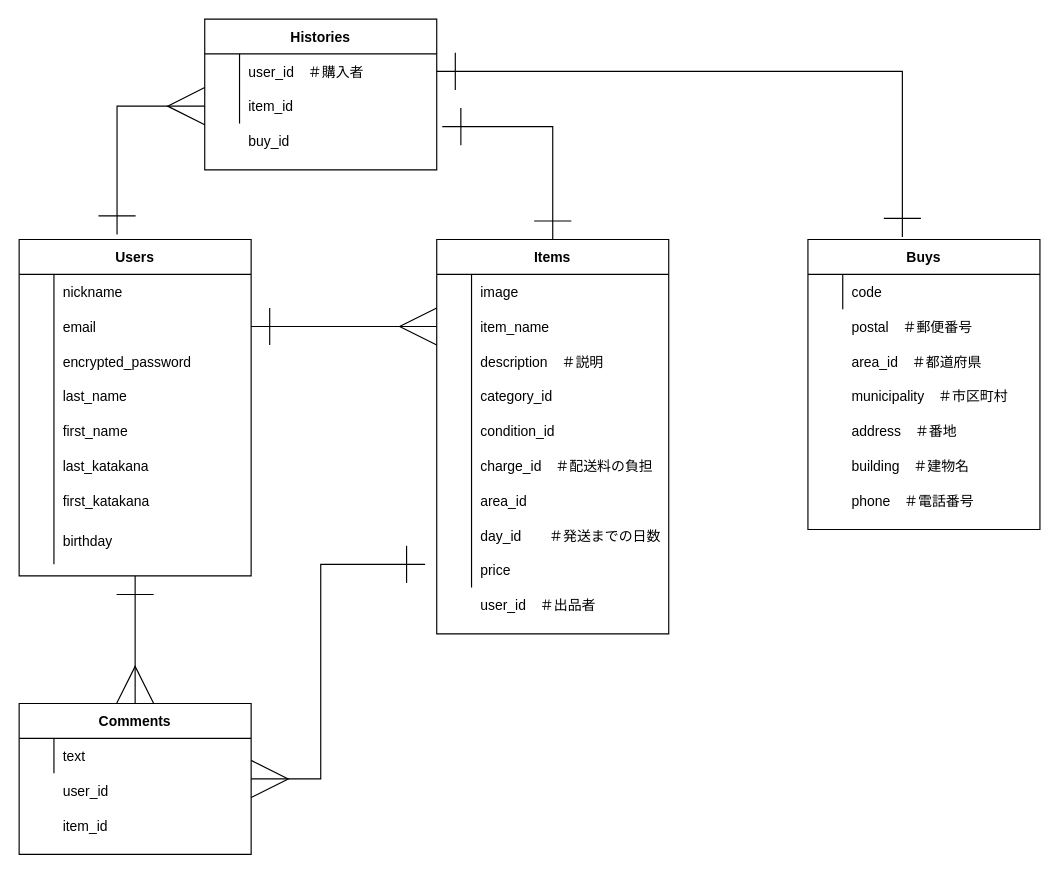
Above: furima.dio in KUMA-06/furima-36109 (draw.io), before the change. Source tidied: cells renumbered, new cells numbered last; positions are measured from the earlier drawing's top-left corner, leaving out a move shared by most shapes. Both pictures are drawn from the tidied source at 116%, with x=0, y=0 at pixel (19, 19).
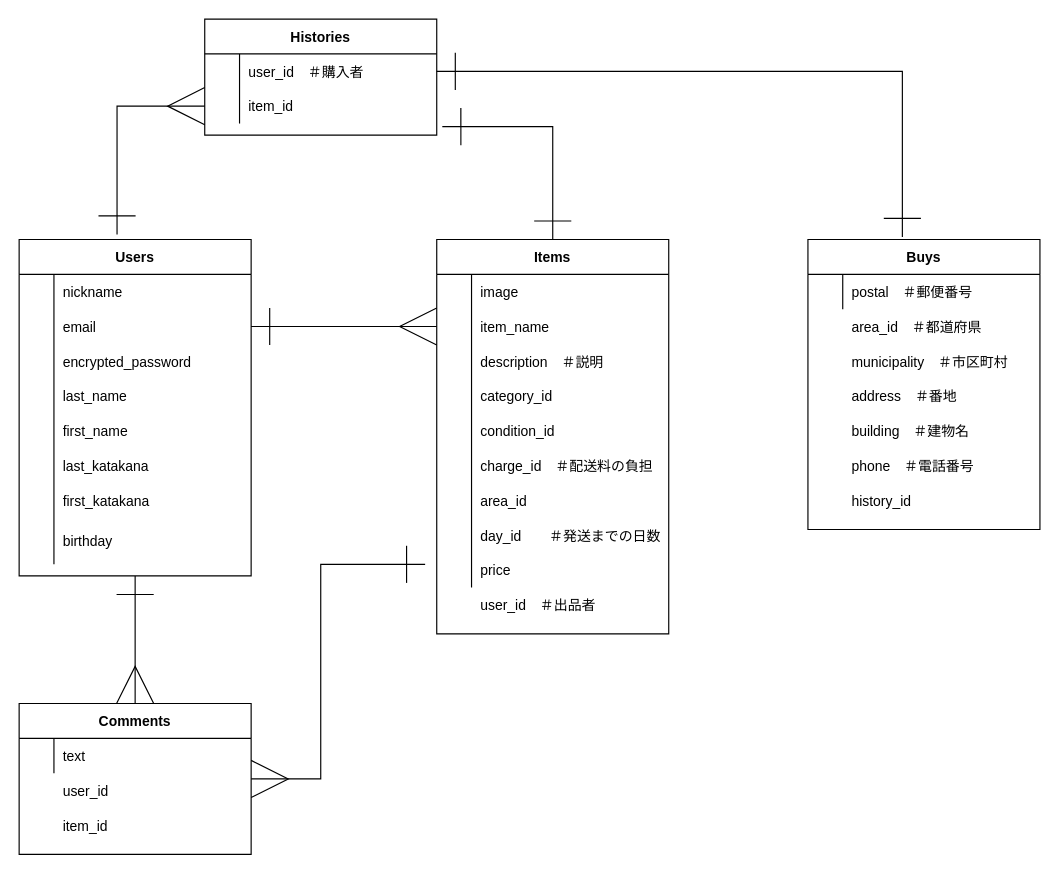
The same page after the edit.

Commit message (it also covers changes not shown here):
データベース設計　更新４

The change refers to these unchanged cells:
```xml
<mxCell id="67" style="shape=partialRectangle;fillColor=none;top=0;left=0;bottom=0;right=0;" parent="66" vertex="1">
  <mxGeometry y="30" width="200" height="30" as="geometry" />
</mxCell>
```

Change to the diagram source:
```diff
@@
-    <mxCell id="69" value="code" style="shape=partialRectangle;fillColor=none;top=0;left=0;bottom=0;right=0;align=left;spacingLeft=6;overflow=hidden;" parent="67" vertex="1">
+    <mxCell id="69" style="shape=partialRectangle;fillColor=none;top=0;left=0;bottom=0;right=0;align=left;spacingLeft=6;overflow=hidden;" parent="67" vertex="1">
       <mxGeometry x="30" width="170" height="30" as="geometry" />
     </mxCell>
     <mxCell id="70" value="postal　＃郵便番号" style="shape=partialRectangle;fillColor=none;top=0;left=0;bottom=0;right=0;align=left;spacingLeft=6;overflow=hidden;" parent="1" vertex="1">
-      <mxGeometry x="710" y="250" width="170" height="30" as="geometry" />
+      <mxGeometry x="710" y="220" width="170" height="30" as="geometry" />
     </mxCell>
     <mxCell id="71" value="area_id　＃都道府県" style="shape=partialRectangle;fillColor=none;top=0;left=0;bottom=0;right=0;align=left;spacingLeft=6;overflow=hidden;" parent="1" vertex="1">
-      <mxGeometry x="710" y="280" width="150" height="30" as="geometry" />
+      <mxGeometry x="710" y="250" width="150" height="30" as="geometry" />
     </mxCell>
     <mxCell id="72" value="municipality　＃市区町村" style="shape=partialRectangle;fillColor=none;top=0;left=0;bottom=0;right=0;align=left;spacingLeft=6;overflow=hidden;" parent="1" vertex="1">
-      <mxGeometry x="710" y="310" width="150" height="30" as="geometry" />
+      <mxGeometry x="710" y="280" width="150" height="30" as="geometry" />
     </mxCell>
     <mxCell id="73" value="address　＃番地" style="shape=partialRectangle;fillColor=none;top=0;left=0;bottom=0;right=0;align=left;spacingLeft=6;overflow=hidden;" parent="1" vertex="1">
-      <mxGeometry x="710" y="340" width="150" height="30" as="geometry" />
+      <mxGeometry x="710" y="310" width="150" height="30" as="geometry" />
     </mxCell>
     <mxCell id="74" value="building　＃建物名" style="shape=partialRectangle;fillColor=none;top=0;left=0;bottom=0;right=0;align=left;spacingLeft=6;overflow=hidden;" parent="1" vertex="1">
-      <mxGeometry x="710" y="370" width="150" height="30" as="geometry" />
+      <mxGeometry x="710" y="340" width="150" height="30" as="geometry" />
     </mxCell>
     <mxCell id="75" value="phone　＃電話番号" style="shape=partialRectangle;fillColor=none;top=0;left=0;bottom=0;right=0;align=left;spacingLeft=6;overflow=hidden;" parent="1" vertex="1">
-      <mxGeometry x="710" y="400" width="150" height="30" as="geometry" />
+      <mxGeometry x="710" y="370" width="150" height="30" as="geometry" />
     </mxCell>
     <mxCell id="76" value="Histories" style="shape=table;startSize=30;childLayout=tableLayout;rowLines=0;fontStyle=1;align=center;" parent="1" vertex="1">
-      <mxGeometry x="160" width="200" height="130" as="geometry" />
+      <mxGeometry x="160" width="200" height="100" as="geometry" />
     </mxCell>
@@
-    <mxCell id="85" value="buy_id" style="shape=partialRectangle;fillColor=none;top=0;left=0;bottom=0;right=0;align=left;spacingLeft=6;overflow=hidden;" parent="1" vertex="1">
-      <mxGeometry x="190" y="90" width="170" height="30" as="geometry" />
-    </mxCell>
+    <mxCell id="86" value="history_id" style="shape=partialRectangle;fillColor=none;top=0;left=0;bottom=0;right=0;align=left;spacingLeft=6;overflow=hidden;" parent="1" vertex="1">
+      <mxGeometry x="710" y="400" width="170" height="30" as="geometry" />
+    </mxCell>
```
